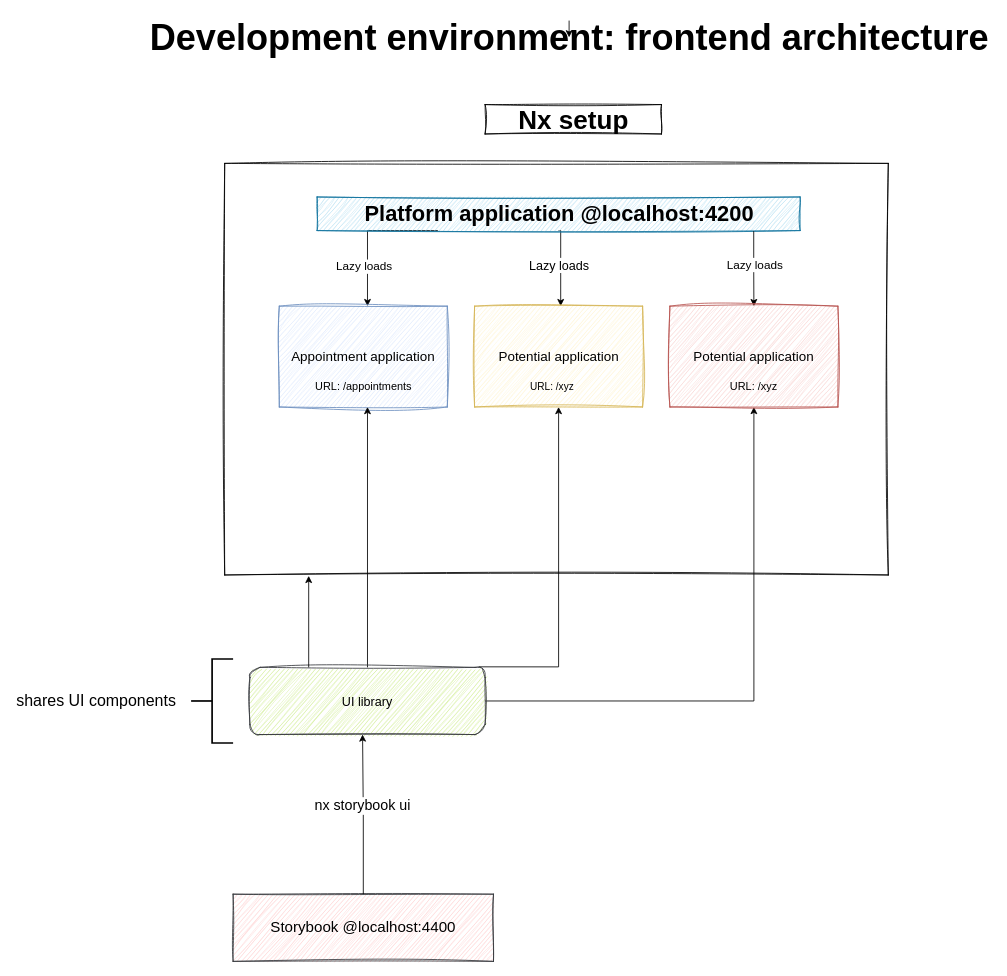
Eliasdb/eDB keeps this draw.io diagram as diagrams/frontend-setup.drawio. Above is the earlier version. Source tidied: cells renumbered, new cells numbered last; positions are measured from the earlier drawing's top-left corner, leaving out a move shared by most shapes. Both pictures are drawn from the tidied source at 84%, with x=0, y=0 at pixel (14, 20).
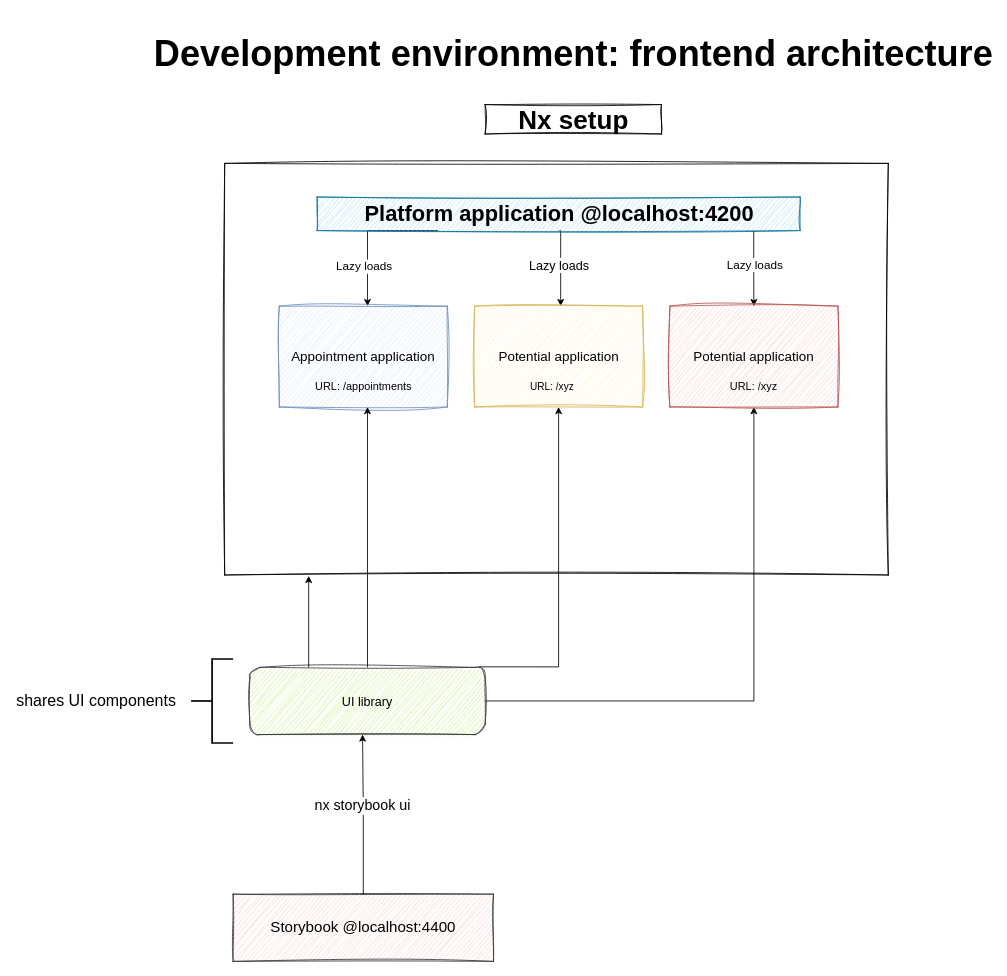
The same page after the edit.

Diff of the diagram source:
```diff
@@
-    <mxCell id="3" style="edgeStyle=orthogonalEdgeStyle;rounded=0;jettySize=auto;html=1;exitX=0.5;exitY=0;exitDx=0;exitDy=0;" parent="1" edge="1" source="4">
-      <mxGeometry relative="1" as="geometry">
-        <mxPoint x="660" y="20" as="targetPoint" />
-      </mxGeometry>
-    </mxCell>
     <mxCell id="4" value="&lt;span style=&quot;font-size: 43px;&quot;&gt;Development environment: frontend architecture&lt;/span&gt;" style="text;strokeColor=none;fillColor=none;html=1;fontSize=24;fontStyle=1;verticalAlign=middle;align=center;" parent="1" vertex="1">
-      <mxGeometry x="160" width="1000" height="40" as="geometry" />
+      <mxGeometry x="165" y="20" width="1000" height="40" as="geometry" />
     </mxCell>
```
